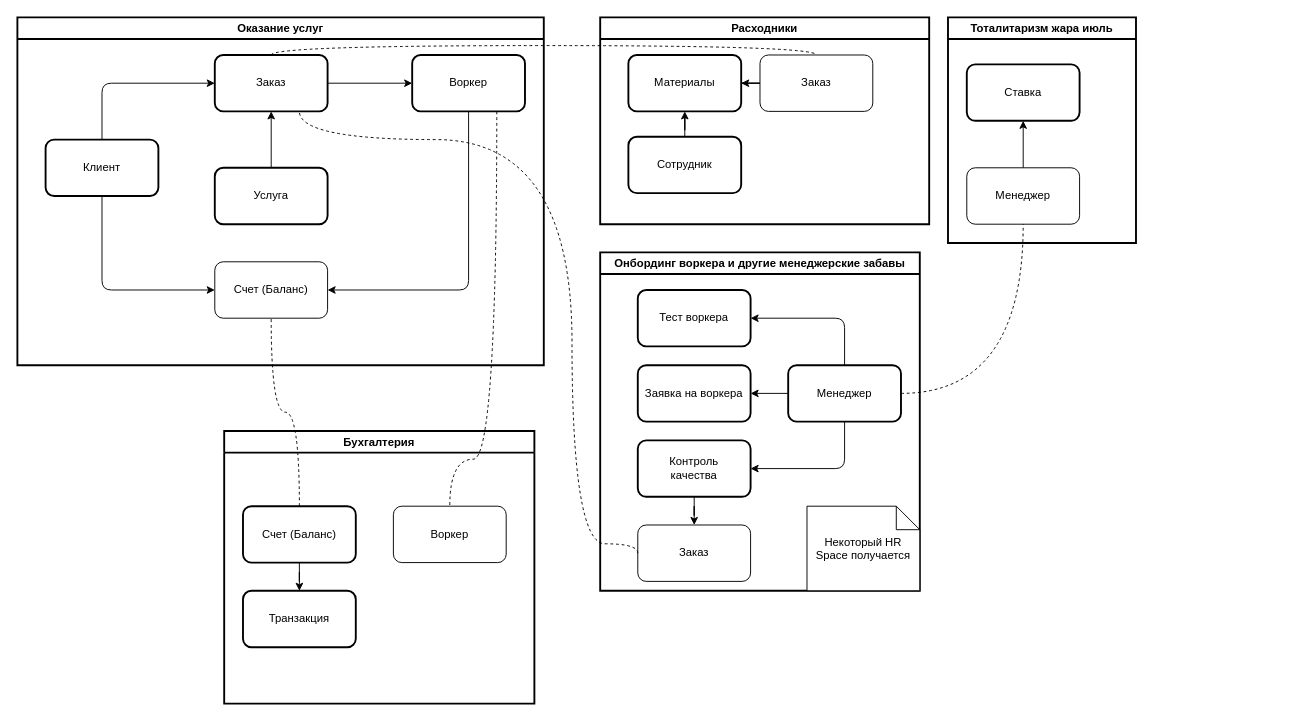
Before: 1/model.drawio in teddybear/system_analysis_course, a draw.io diagram. Source tidied: cells renumbered, new cells numbered last; positions are measured from the earlier drawing's top-left corner, leaving out a move shared by most shapes. Both pictures are drawn from the tidied source at 94%, with x=0, y=0 at pixel (17, 17).
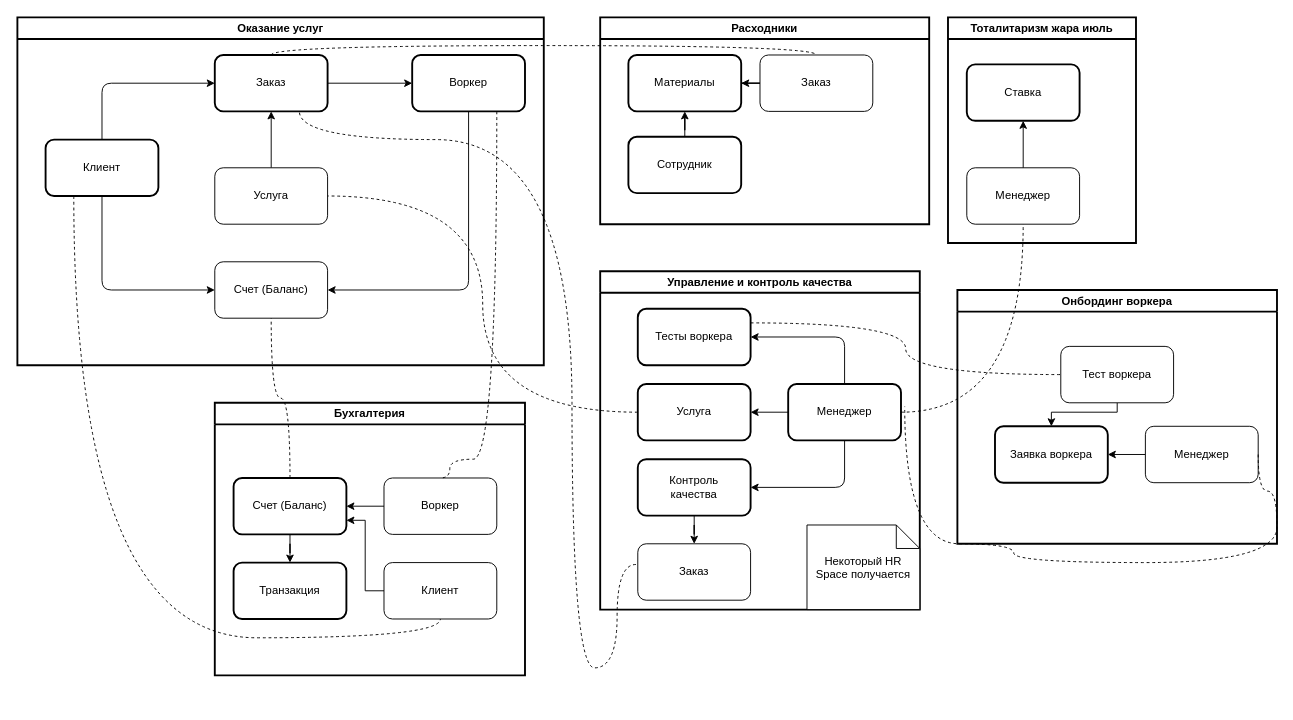
The same page after the edit.

The change refers to these unchanged cells:
```xml
<mxCell id="2" value="Оказание услуг" style="swimlane;whiteSpace=wrap;html=1;strokeWidth=2;" parent="1" vertex="1">
  <mxGeometry width="560" height="370" as="geometry" />
</mxCell>
<mxCell id="4" value="Заказ" style="rounded=1;whiteSpace=wrap;html=1;strokeWidth=2;" parent="2" vertex="1">
  <mxGeometry x="210" y="40" width="120" height="60" as="geometry" />
</mxCell>
<mxCell id="6" value="Клиент" style="rounded=1;whiteSpace=wrap;html=1;strokeWidth=2;" parent="2" vertex="1">
  <mxGeometry x="30" y="130" width="120" height="60" as="geometry" />
</mxCell>
<mxCell id="35" value="Счет (Баланс)" style="rounded=1;whiteSpace=wrap;html=1;strokeWidth=2;" parent="31" vertex="1">
  <mxGeometry x="20" y="80" width="120" height="60" as="geometry" />
</mxCell>
<mxCell id="39" value="Воркер" style="rounded=1;whiteSpace=wrap;html=1;" parent="31" vertex="1">
  <mxGeometry x="180" y="80" width="120" height="60" as="geometry" />
</mxCell>
<mxCell id="43" value="Менеджер" style="rounded=1;whiteSpace=wrap;html=1;" parent="41" vertex="1">
  <mxGeometry x="20" y="160" width="120" height="60" as="geometry" />
</mxCell>
```

What changed in the source:
```diff
@@
-    <mxCell id="12" value="Услуга" style="rounded=1;whiteSpace=wrap;html=1;strokeWidth=2;" parent="2" vertex="1">
+    <mxCell id="12" value="Услуга" style="rounded=1;whiteSpace=wrap;html=1;strokeWidth=1;" parent="2" vertex="1">
       <mxGeometry x="210" y="160" width="120" height="60" as="geometry" />
     </mxCell>
@@
-    <mxCell id="19" value="Онбординг воркера и другие менеджерские забавы" style="swimlane;whiteSpace=wrap;html=1;strokeWidth=2;" parent="1" vertex="1">
-      <mxGeometry x="620" y="250" width="340" height="360" as="geometry" />
+    <mxCell id="19" value="Онбординг воркера" style="swimlane;whiteSpace=wrap;html=1;strokeWidth=2;" parent="1" vertex="1">
+      <mxGeometry x="1000" y="290" width="340" height="270" as="geometry" />
     </mxCell>
@@
-    <mxCell id="21" value="Менеджер" style="rounded=1;whiteSpace=wrap;html=1;strokeWidth=2;" parent="19" vertex="1">
-      <mxGeometry x="200" y="120" width="120" height="60" as="geometry" />
+    <mxCell id="21" value="Менеджер" style="rounded=1;whiteSpace=wrap;html=1;strokeWidth=1;" parent="19" vertex="1">
+      <mxGeometry x="200" y="145" width="120" height="60" as="geometry" />
     </mxCell>
-    <mxCell id="22" style="edgeStyle=orthogonalEdgeStyle;rounded=0;jettySize=auto;html=1;" parent="19" edge="1" source="23" target="28">
-      <mxGeometry relative="1" as="geometry" />
-    </mxCell>
-    <mxCell id="23" value="Контроль&lt;br&gt;качества" style="rounded=1;whiteSpace=wrap;html=1;strokeWidth=2;" parent="19" vertex="1">
-      <mxGeometry x="40" y="200" width="120" height="60" as="geometry" />
-    </mxCell>
+    <mxCell id="48" style="edgeStyle=orthogonalEdgeStyle;rounded=0;jettySize=auto;html=1;exitX=0.5;exitY=1;exitDx=0;exitDy=0;" parent="19" edge="1" source="24" target="27">
+      <mxGeometry relative="1" as="geometry">
+        <Array as="points">
+          <mxPoint x="170" y="130" />
+          <mxPoint x="100" y="130" />
+        </Array>
+      </mxGeometry>
+    </mxCell>
-    <mxCell id="24" value="Тест воркера" style="rounded=1;whiteSpace=wrap;html=1;strokeWidth=2;" parent="19" vertex="1">
-      <mxGeometry x="40" y="40" width="120" height="60" as="geometry" />
+    <mxCell id="24" value="Тест воркера" style="rounded=1;whiteSpace=wrap;html=1;strokeWidth=1;" parent="19" vertex="1">
+      <mxGeometry x="110" y="60" width="120" height="60" as="geometry" />
     </mxCell>
-    <mxCell id="25" style="edgeStyle=orthogonalEdgeStyle;rounded=1;jettySize=auto;html=1;exitX=0.5;exitY=1;exitDx=0;exitDy=0;entryX=1;entryY=0.5;entryDx=0;entryDy=0;" parent="19" edge="1" source="21" target="23">
-      <mxGeometry relative="1" as="geometry" />
-    </mxCell>
-    <mxCell id="26" style="edgeStyle=orthogonalEdgeStyle;rounded=1;jettySize=auto;html=1;exitX=0.5;exitY=0;exitDx=0;exitDy=0;entryX=1;entryY=0.5;entryDx=0;entryDy=0;" parent="19" edge="1" source="21" target="24">
-      <mxGeometry relative="1" as="geometry" />
-    </mxCell>
-    <mxCell id="27" value="Заявка на воркера" style="rounded=1;whiteSpace=wrap;html=1;strokeWidth=2;" parent="19" vertex="1">
-      <mxGeometry x="40" y="120" width="120" height="60" as="geometry" />
+    <mxCell id="27" value="Заявка воркера" style="rounded=1;whiteSpace=wrap;html=1;strokeWidth=2;" parent="19" vertex="1">
+      <mxGeometry x="40" y="145" width="120" height="60" as="geometry" />
     </mxCell>
-    <mxCell id="28" value="Заказ" style="rounded=1;whiteSpace=wrap;html=1;" parent="19" vertex="1">
-      <mxGeometry x="40" y="290" width="120" height="60" as="geometry" />
-    </mxCell>
-    <mxCell id="29" value="Некоторый HR Space получается" style="shape=note2;boundedLbl=1;whiteSpace=wrap;html=1;size=25;verticalAlign=top;align=center;" parent="19" vertex="1">
-      <mxGeometry x="220" y="270" width="120" height="90" as="geometry" />
-    </mxCell>
-    <mxCell id="30" style="edgeStyle=orthogonalEdgeStyle;jettySize=auto;html=1;exitX=0;exitY=0.5;exitDx=0;exitDy=0;entryX=0.75;entryY=1;entryDx=0;entryDy=0;endArrow=none;endFill=0;dashed=1;jumpStyle=arc;curved=1;" parent="1" edge="1" source="28" target="4">
+    <mxCell id="30" style="edgeStyle=orthogonalEdgeStyle;jettySize=auto;html=1;exitX=-0.017;exitY=0.367;exitDx=0;exitDy=0;entryX=0.75;entryY=1;entryDx=0;entryDy=0;endArrow=none;endFill=0;dashed=1;jumpStyle=arc;curved=1;exitPerimeter=0;" parent="1" edge="1" source="28" target="4">
       <mxGeometry relative="1" as="geometry">
         <Array as="points">
-          <mxPoint x="660" y="560" />
-          <mxPoint x="590" y="560" />
+          <mxPoint x="638" y="692" />
+          <mxPoint x="590" y="692" />
           <mxPoint x="590" y="130" />
           <mxPoint x="300" y="130" />
         </Array>
       </mxGeometry>
     </mxCell>
     <mxCell id="31" value="Бухгалтерия" style="swimlane;whiteSpace=wrap;html=1;strokeWidth=2;" parent="1" vertex="1">
-      <mxGeometry x="220" y="440" width="330" height="290" as="geometry" />
+      <mxGeometry x="210" y="410" width="330" height="290" as="geometry" />
     </mxCell>
@@
+    <mxCell id="49" style="edgeStyle=orthogonalEdgeStyle;rounded=0;jettySize=auto;html=1;" parent="31" edge="1" source="39" target="35">
+      <mxGeometry relative="1" as="geometry" />
+    </mxCell>
@@
+    <mxCell id="50" style="edgeStyle=orthogonalEdgeStyle;rounded=0;jettySize=auto;html=1;exitX=0;exitY=0.5;exitDx=0;exitDy=0;entryX=1;entryY=0.75;entryDx=0;entryDy=0;" parent="31" edge="1" source="51" target="35">
+      <mxGeometry relative="1" as="geometry" />
+    </mxCell>
+    <mxCell id="51" value="Клиент" style="rounded=1;whiteSpace=wrap;html=1;strokeWidth=1;" parent="31" vertex="1">
+      <mxGeometry x="180" y="170" width="120" height="60" as="geometry" />
+    </mxCell>
@@
-    <mxCell id="45" style="edgeStyle=orthogonalEdgeStyle;jettySize=auto;html=1;exitX=1;exitY=0.5;exitDx=0;exitDy=0;endArrow=none;endFill=0;dashed=1;curved=1;" parent="1" edge="1" source="21" target="43">
-      <mxGeometry relative="1" as="geometry" />
+    <mxCell id="45" style="edgeStyle=orthogonalEdgeStyle;jettySize=auto;html=1;exitX=1;exitY=0.5;exitDx=0;exitDy=0;endArrow=none;endFill=0;dashed=1;curved=1;entryX=1.033;entryY=0.4;entryDx=0;entryDy=0;entryPerimeter=0;" parent="1" edge="1" source="21" target="54">
+      <mxGeometry relative="1" as="geometry">
+        <Array as="points">
+          <mxPoint x="1340" y="504" />
+          <mxPoint x="1340" y="580" />
+          <mxPoint x="1060" y="580" />
+          <mxPoint x="1060" y="560" />
+          <mxPoint x="944" y="560" />
+        </Array>
+      </mxGeometry>
     </mxCell>
@@
+    <mxCell id="52" value="Управление и контроль качества" style="swimlane;whiteSpace=wrap;html=1;strokeWidth=2;" parent="1" vertex="1">
+      <mxGeometry x="620" y="270" width="340" height="360" as="geometry" />
+    </mxCell>
+    <mxCell id="53" style="edgeStyle=orthogonalEdgeStyle;rounded=0;jettySize=auto;html=1;" parent="52" edge="1" source="54" target="58">
+      <mxGeometry relative="1" as="geometry" />
+    </mxCell>
+    <mxCell id="54" value="Менеджер" style="rounded=1;whiteSpace=wrap;html=1;strokeWidth=2;" parent="52" vertex="1">
+      <mxGeometry x="200" y="120" width="120" height="60" as="geometry" />
+    </mxCell>
+    <mxCell id="22" style="edgeStyle=orthogonalEdgeStyle;rounded=0;jettySize=auto;html=1;" parent="52" edge="1" source="23" target="28">
+      <mxGeometry relative="1" as="geometry" />
+    </mxCell>
+    <mxCell id="23" value="Контроль&lt;br&gt;качества" style="rounded=1;whiteSpace=wrap;html=1;strokeWidth=2;" parent="52" vertex="1">
+      <mxGeometry x="40" y="200" width="120" height="60" as="geometry" />
+    </mxCell>
+    <mxCell id="55" value="Тесты воркера" style="rounded=1;whiteSpace=wrap;html=1;strokeWidth=2;" parent="52" vertex="1">
+      <mxGeometry x="40" y="40" width="120" height="60" as="geometry" />
+    </mxCell>
+    <mxCell id="56" style="edgeStyle=orthogonalEdgeStyle;rounded=1;jettySize=auto;html=1;exitX=0.5;exitY=1;exitDx=0;exitDy=0;entryX=1;entryY=0.5;entryDx=0;entryDy=0;" parent="52" edge="1" source="54" target="23">
+      <mxGeometry relative="1" as="geometry" />
+    </mxCell>
+    <mxCell id="57" style="edgeStyle=orthogonalEdgeStyle;rounded=1;jettySize=auto;html=1;exitX=0.5;exitY=0;exitDx=0;exitDy=0;entryX=1;entryY=0.5;entryDx=0;entryDy=0;" parent="52" edge="1" source="54" target="55">
+      <mxGeometry relative="1" as="geometry" />
+    </mxCell>
+    <mxCell id="28" value="Заказ" style="rounded=1;whiteSpace=wrap;html=1;" parent="52" vertex="1">
+      <mxGeometry x="40" y="290" width="120" height="60" as="geometry" />
+    </mxCell>
+    <mxCell id="29" value="Некоторый HR Space получается" style="shape=note2;boundedLbl=1;whiteSpace=wrap;html=1;size=25;verticalAlign=top;align=center;" parent="52" vertex="1">
+      <mxGeometry x="220" y="270" width="120" height="90" as="geometry" />
+    </mxCell>
+    <mxCell id="58" value="Услуга" style="rounded=1;whiteSpace=wrap;html=1;strokeWidth=2;" parent="52" vertex="1">
+      <mxGeometry x="40" y="120" width="120" height="60" as="geometry" />
+    </mxCell>
+    <mxCell id="59" style="edgeStyle=orthogonalEdgeStyle;jettySize=auto;html=1;exitX=0;exitY=0.5;exitDx=0;exitDy=0;entryX=1;entryY=0.5;entryDx=0;entryDy=0;curved=1;dashed=1;endArrow=none;endFill=0;" parent="1" edge="1" source="58" target="12">
+      <mxGeometry relative="1" as="geometry" />
+    </mxCell>
+    <mxCell id="60" style="edgeStyle=orthogonalEdgeStyle;jettySize=auto;html=1;exitX=0.25;exitY=1;exitDx=0;exitDy=0;entryX=0.5;entryY=1;entryDx=0;entryDy=0;endArrow=none;endFill=0;curved=1;dashed=1;" parent="1" edge="1" source="6" target="51">
+      <mxGeometry relative="1" as="geometry" />
+    </mxCell>
+    <mxCell id="61" style="edgeStyle=orthogonalEdgeStyle;jettySize=auto;html=1;exitX=1;exitY=0.5;exitDx=0;exitDy=0;endArrow=none;endFill=0;dashed=1;curved=1;" parent="1" edge="1" source="54" target="43">
+      <mxGeometry relative="1" as="geometry" />
+    </mxCell>
+    <mxCell id="62" style="edgeStyle=orthogonalEdgeStyle;jettySize=auto;html=1;exitX=1;exitY=0.25;exitDx=0;exitDy=0;curved=1;endArrow=none;endFill=0;dashed=1;" parent="1" edge="1" source="55" target="24">
+      <mxGeometry relative="1" as="geometry" />
+    </mxCell>
```
